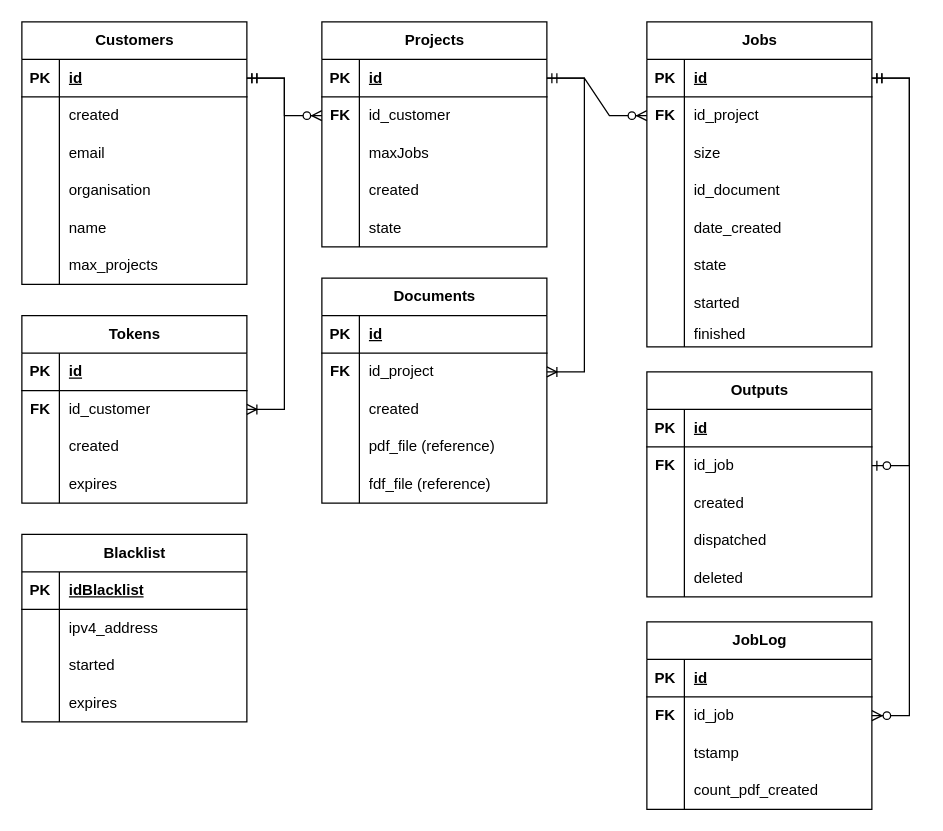
edenst-TPH/pdf-form-filling-api keeps this draw.io diagram as docs/pff-api.drawio. Above is the earlier version. Source tidied: cells renumbered, new cells numbered last; positions are measured from the earlier drawing's top-left corner, leaving out a move shared by most shapes. Both pictures are drawn from the tidied source at 125%, with x=0, y=0 at pixel (-179, 21).
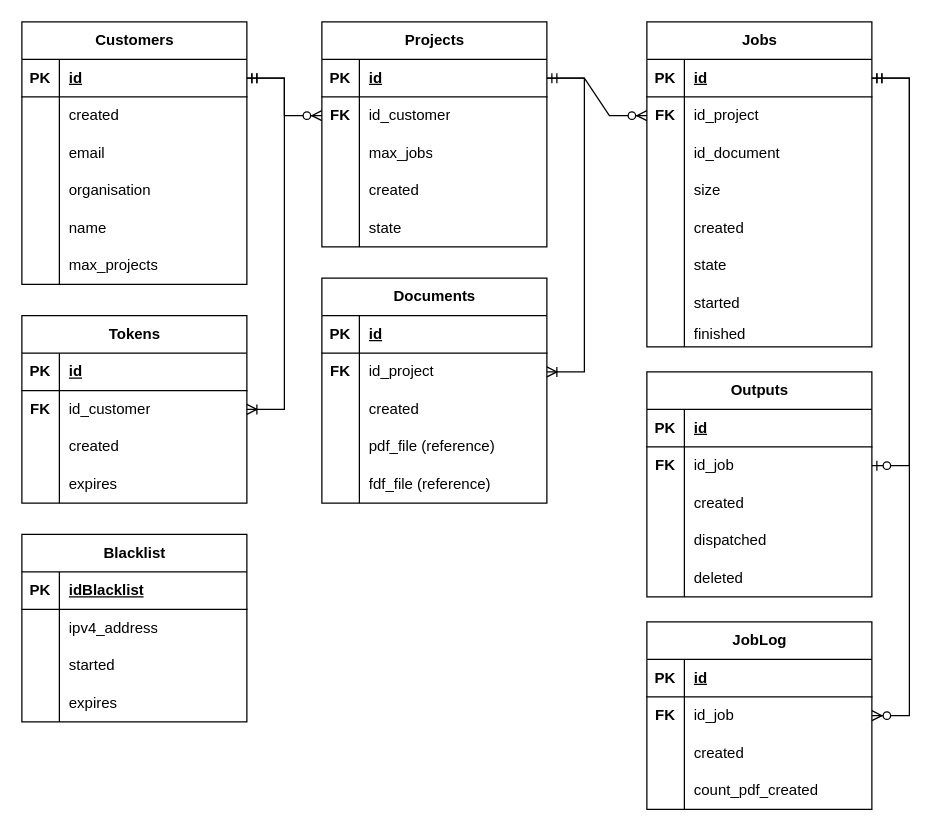
Above is the later version.

The change refers to these unchanged cells:
```xml
<mxCell id="9" style="shape=tableRow;horizontal=0;startSize=0;swimlaneHead=0;swimlaneBody=0;fillColor=none;top=0;left=0;right=0;bottom=0;" parent="2" vertex="1">
  <mxGeometry y="90" width="180" height="30" as="geometry" />
</mxCell>
<mxCell id="12" style="shape=tableRow;horizontal=0;startSize=0;swimlaneHead=0;swimlaneBody=0;fillColor=none;top=0;left=0;right=0;bottom=0;" parent="2" vertex="1">
  <mxGeometry y="120" width="180" height="30" as="geometry" />
</mxCell>
<mxCell id="15" style="shape=tableRow;horizontal=0;startSize=0;swimlaneHead=0;swimlaneBody=0;fillColor=none;top=0;left=0;right=0;bottom=0;" parent="2" vertex="1">
  <mxGeometry y="150" width="180" height="30" as="geometry" />
</mxCell>
<mxCell id="65" style="shape=tableRow;horizontal=0;startSize=0;swimlaneHead=0;swimlaneBody=0;fillColor=none;top=0;left=0;right=0;bottom=0;" parent="58" vertex="1">
  <mxGeometry y="90" width="180" height="30" as="geometry" />
</mxCell>
<mxCell id="112" style="shape=tableRow;horizontal=0;startSize=0;swimlaneHead=0;swimlaneBody=0;fillColor=none;top=0;left=0;right=0;bottom=0;" parent="105" vertex="1">
  <mxGeometry y="90" width="180" height="30" as="geometry" />
</mxCell>
```

What changed in the source:
```diff
@@
-    <mxCell id="11" value="size" style="shape=partialRectangle;fillColor=none;top=0;left=0;bottom=0;right=0;align=left;spacingLeft=6;overflow=hidden;whiteSpace=wrap;html=1;" parent="9" vertex="1">
+    <mxCell id="11" value="id_document" style="shape=partialRectangle;fillColor=none;top=0;left=0;bottom=0;right=0;align=left;spacingLeft=6;overflow=hidden;whiteSpace=wrap;html=1;" parent="9" vertex="1">
       <mxGeometry x="30" width="150" height="30" as="geometry" />
     </mxCell>
@@
-    <mxCell id="14" value="id_document" style="shape=partialRectangle;fillColor=none;top=0;left=0;bottom=0;right=0;align=left;spacingLeft=6;overflow=hidden;whiteSpace=wrap;html=1;" parent="12" vertex="1">
+    <mxCell id="14" value="size" style="shape=partialRectangle;fillColor=none;top=0;left=0;bottom=0;right=0;align=left;spacingLeft=6;overflow=hidden;whiteSpace=wrap;html=1;" parent="12" vertex="1">
       <mxGeometry x="30" width="150" height="30" as="geometry" />
     </mxCell>
@@
-    <mxCell id="17" value="date_created" style="shape=partialRectangle;fillColor=none;top=0;left=0;bottom=0;right=0;align=left;spacingLeft=6;overflow=hidden;whiteSpace=wrap;html=1;" parent="15" vertex="1">
+    <mxCell id="17" value="created" style="shape=partialRectangle;fillColor=none;top=0;left=0;bottom=0;right=0;align=left;spacingLeft=6;overflow=hidden;whiteSpace=wrap;html=1;" parent="15" vertex="1">
       <mxGeometry x="30" width="150" height="30" as="geometry" />
     </mxCell>
@@
-    <mxCell id="67" value="tstamp" style="shape=partialRectangle;fillColor=none;top=0;left=0;bottom=0;right=0;align=left;spacingLeft=6;overflow=hidden;whiteSpace=wrap;html=1;" parent="65" vertex="1">
+    <mxCell id="67" value="created" style="shape=partialRectangle;fillColor=none;top=0;left=0;bottom=0;right=0;align=left;spacingLeft=6;overflow=hidden;whiteSpace=wrap;html=1;" parent="65" vertex="1">
       <mxGeometry x="30" width="150" height="30" as="geometry" />
     </mxCell>
@@
-    <mxCell id="114" value="maxJobs" style="shape=partialRectangle;fillColor=none;top=0;left=0;bottom=0;right=0;align=left;spacingLeft=6;overflow=hidden;whiteSpace=wrap;html=1;" parent="112" vertex="1">
+    <mxCell id="114" value="max_jobs" style="shape=partialRectangle;fillColor=none;top=0;left=0;bottom=0;right=0;align=left;spacingLeft=6;overflow=hidden;whiteSpace=wrap;html=1;" parent="112" vertex="1">
       <mxGeometry x="30" width="150" height="30" as="geometry" />
     </mxCell>
```
